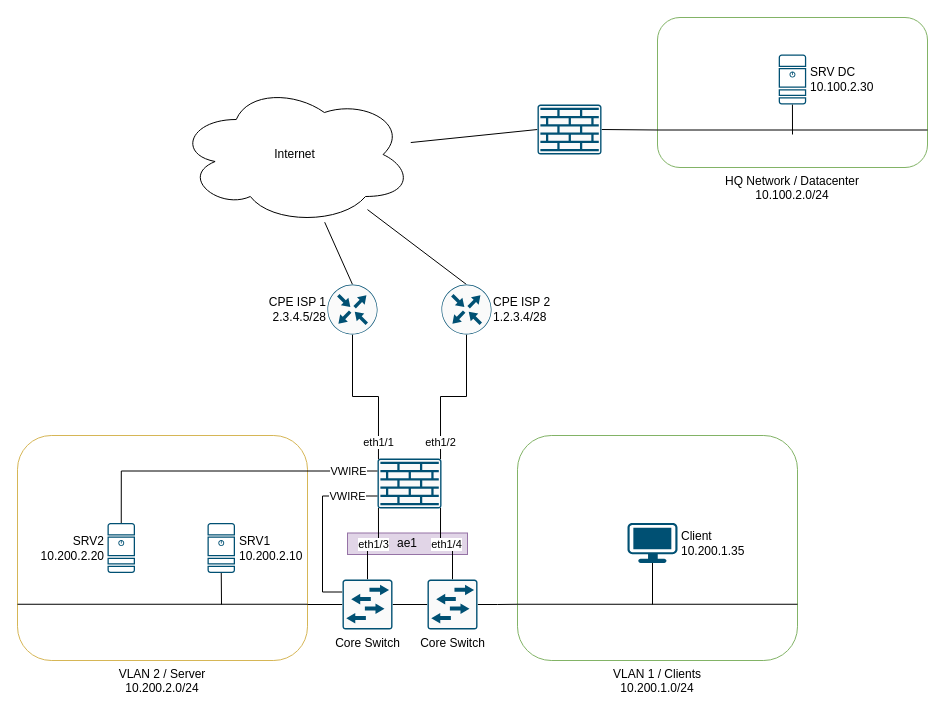
Above: PAN_WORKSHOP_2021.drawio in t11z/pan-workshop (draw.io), before the change. Source tidied: cells renumbered, new cells numbered last; positions are measured from the earlier drawing's top-left corner, leaving out a move shared by most shapes. Both pictures are drawn from the tidied source at 100%, with x=0, y=0 at pixel (17, 17).
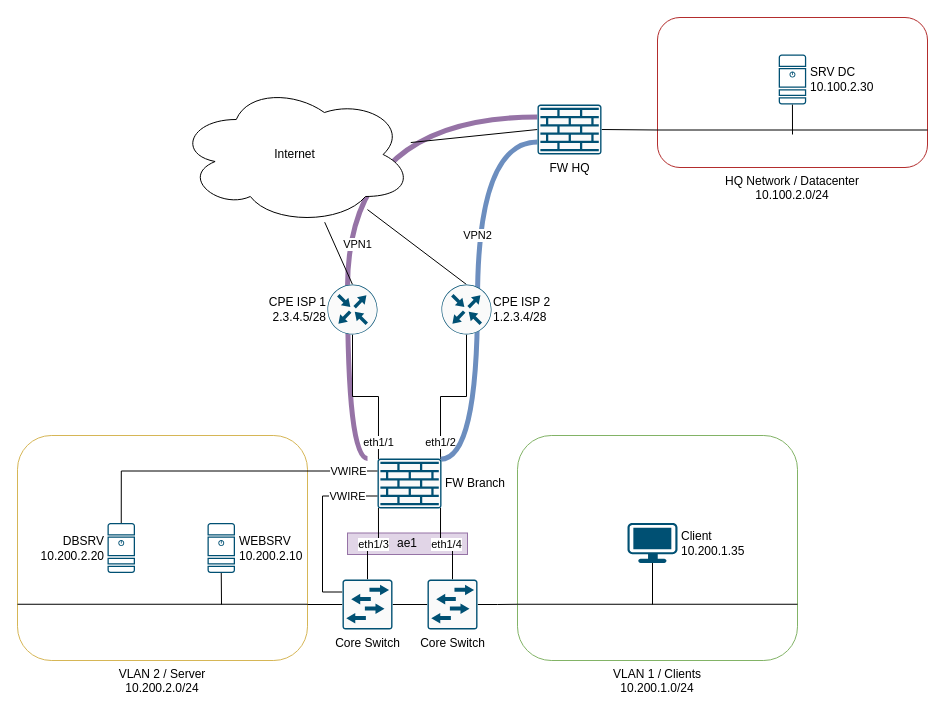
The same diagram, later.

Diff of the diagram source:
```diff
@@
+    <mxCell id="36" value="VPN1" style="edgeStyle=orthogonalEdgeStyle;curved=1;rounded=0;jettySize=auto;html=1;endArrow=none;endFill=0;strokeWidth=5;entryX=0;entryY=0.25;entryDx=0;entryDy=0;entryPerimeter=0;fillColor=#e1d5e7;strokeColor=#9673a6;" parent="1" edge="1" target="30">
+      <mxGeometry x="-0.15" y="-10" relative="1" as="geometry">
+        <mxPoint x="350" y="441" as="sourcePoint" />
+        <Array as="points">
+          <mxPoint x="330" y="441" />
+          <mxPoint x="330" y="100" />
+        </Array>
+      </mxGeometry>
+    </mxCell>
+    <mxCell id="37" value="VPN2" style="edgeStyle=orthogonalEdgeStyle;curved=1;rounded=0;jettySize=auto;html=1;exitX=0.985;exitY=0.015;exitDx=0;exitDy=0;exitPerimeter=0;entryX=0;entryY=0.75;entryDx=0;entryDy=0;entryPerimeter=0;endArrow=none;endFill=0;strokeWidth=5;fillColor=#dae8fc;strokeColor=#6c8ebf;" parent="1" edge="1" source="8" target="30">
+      <mxGeometry x="0.26" relative="1" as="geometry">
+        <Array as="points">
+          <mxPoint x="460" y="442" />
+          <mxPoint x="460" y="125" />
+        </Array>
+      </mxGeometry>
+    </mxCell>
-    <mxCell id="8" style="points=[[0.015,0.015,0],[0.985,0.015,0],[0.985,0.985,0],[0.015,0.985,0],[0.25,0,0],[0.5,0,0],[0.75,0,0],[1,0.25,0],[1,0.5,0],[1,0.75,0],[0.75,1,0],[0.5,1,0],[0.25,1,0],[0,0.75,0],[0,0.5,0],[0,0.25,0]];verticalLabelPosition=bottom;html=1;verticalAlign=top;align=center;shape=mxgraph.cisco19.rect;prIcon=firewall;fillColor=#FAFAFA;strokeColor=#005073;" parent="1" vertex="1">
+    <mxCell id="8" value="FW Branch" style="points=[[0.015,0.015,0],[0.985,0.015,0],[0.985,0.985,0],[0.015,0.985,0],[0.25,0,0],[0.5,0,0],[0.75,0,0],[1,0.25,0],[1,0.5,0],[1,0.75,0],[0.75,1,0],[0.5,1,0],[0.25,1,0],[0,0.75,0],[0,0.5,0],[0,0.25,0]];verticalLabelPosition=middle;html=1;verticalAlign=middle;align=left;shape=mxgraph.cisco19.rect;prIcon=firewall;fillColor=#FAFAFA;strokeColor=#005073;labelPosition=right;spacingLeft=2;" parent="1" vertex="1">
       <mxGeometry x="360" y="441" width="64" height="50" as="geometry" />
     </mxCell>
@@
-    <mxCell id="10" value="SRV1&lt;br&gt;10.200.2.10" style="points=[[0.015,0.015,0],[0.985,0.015,0],[0.985,0.985,0],[0.015,0.985,0],[0.25,0,0],[0.5,0,0],[0.75,0,0],[1,0.25,0],[1,0.5,0],[1,0.75,0],[0.75,1,0],[0.5,1,0],[0.25,1,0],[0,0.75,0],[0,0.5,0],[0,0.25,0]];verticalLabelPosition=middle;html=1;verticalAlign=middle;align=left;shape=mxgraph.cisco19.server;fillColor=#005073;strokeColor=none;labelPosition=right;spacingLeft=2;" parent="1" vertex="1">
+    <mxCell id="10" value="WEBSRV&lt;br&gt;10.200.2.10" style="points=[[0.015,0.015,0],[0.985,0.015,0],[0.985,0.985,0],[0.015,0.985,0],[0.25,0,0],[0.5,0,0],[0.75,0,0],[1,0.25,0],[1,0.5,0],[1,0.75,0],[0.75,1,0],[0.5,1,0],[0.25,1,0],[0,0.75,0],[0,0.5,0],[0,0.25,0]];verticalLabelPosition=middle;html=1;verticalAlign=middle;align=left;shape=mxgraph.cisco19.server;fillColor=#005073;strokeColor=none;labelPosition=right;spacingLeft=2;" parent="1" vertex="1">
       <mxGeometry x="190" y="505.5" width="27.5" height="50" as="geometry" />
     </mxCell>
@@
-    <mxCell id="14" value="SRV2&lt;br&gt;10.200.2.20" style="points=[[0.015,0.015,0],[0.985,0.015,0],[0.985,0.985,0],[0.015,0.985,0],[0.25,0,0],[0.5,0,0],[0.75,0,0],[1,0.25,0],[1,0.5,0],[1,0.75,0],[0.75,1,0],[0.5,1,0],[0.25,1,0],[0,0.75,0],[0,0.5,0],[0,0.25,0]];verticalLabelPosition=middle;html=1;verticalAlign=middle;align=right;shape=mxgraph.cisco19.server;fillColor=#005073;strokeColor=none;labelPosition=left;spacingRight=2;" parent="1" vertex="1">
+    <mxCell id="14" value="DBSRV&lt;br&gt;10.200.2.20" style="points=[[0.015,0.015,0],[0.985,0.015,0],[0.985,0.985,0],[0.015,0.985,0],[0.25,0,0],[0.5,0,0],[0.75,0,0],[1,0.25,0],[1,0.5,0],[1,0.75,0],[0.75,1,0],[0.5,1,0],[0.25,1,0],[0,0.75,0],[0,0.5,0],[0,0.25,0]];verticalLabelPosition=middle;html=1;verticalAlign=middle;align=right;shape=mxgraph.cisco19.server;fillColor=#005073;strokeColor=none;labelPosition=left;spacingRight=2;" parent="1" vertex="1">
       <mxGeometry x="90" y="505.5" width="27.5" height="50" as="geometry" />
     </mxCell>
@@
-    <mxCell id="27" value="HQ Network / Datacenter&lt;br&gt;10.100.2.0/24" style="rounded=1;whiteSpace=wrap;html=1;labelPosition=center;verticalLabelPosition=bottom;align=center;verticalAlign=top;strokeColor=#82b366;fillColor=none;" parent="1" vertex="1">
+    <mxCell id="27" value="HQ Network / Datacenter&lt;br&gt;10.100.2.0/24" style="rounded=1;whiteSpace=wrap;html=1;labelPosition=center;verticalLabelPosition=bottom;align=center;verticalAlign=top;fillColor=none;strokeColor=#B32D2D;" parent="1" vertex="1">
       <mxGeometry x="640" width="270" height="150" as="geometry" />
     </mxCell>
@@
-    <mxCell id="30" style="points=[[0.015,0.015,0],[0.985,0.015,0],[0.985,0.985,0],[0.015,0.985,0],[0.25,0,0],[0.5,0,0],[0.75,0,0],[1,0.25,0],[1,0.5,0],[1,0.75,0],[0.75,1,0],[0.5,1,0],[0.25,1,0],[0,0.75,0],[0,0.5,0],[0,0.25,0]];verticalLabelPosition=bottom;html=1;verticalAlign=top;align=center;shape=mxgraph.cisco19.rect;prIcon=firewall;fillColor=#FAFAFA;strokeColor=#005073;" parent="1" vertex="1">
+    <mxCell id="30" value="FW HQ" style="points=[[0.015,0.015,0],[0.985,0.015,0],[0.985,0.985,0],[0.015,0.985,0],[0.25,0,0],[0.5,0,0],[0.75,0,0],[1,0.25,0],[1,0.5,0],[1,0.75,0],[0.75,1,0],[0.5,1,0],[0.25,1,0],[0,0.75,0],[0,0.5,0],[0,0.25,0]];verticalLabelPosition=bottom;html=1;verticalAlign=top;align=center;shape=mxgraph.cisco19.rect;prIcon=firewall;fillColor=#FAFAFA;strokeColor=#005073;" parent="1" vertex="1">
       <mxGeometry x="520" y="87" width="64" height="50" as="geometry" />
     </mxCell>
```
